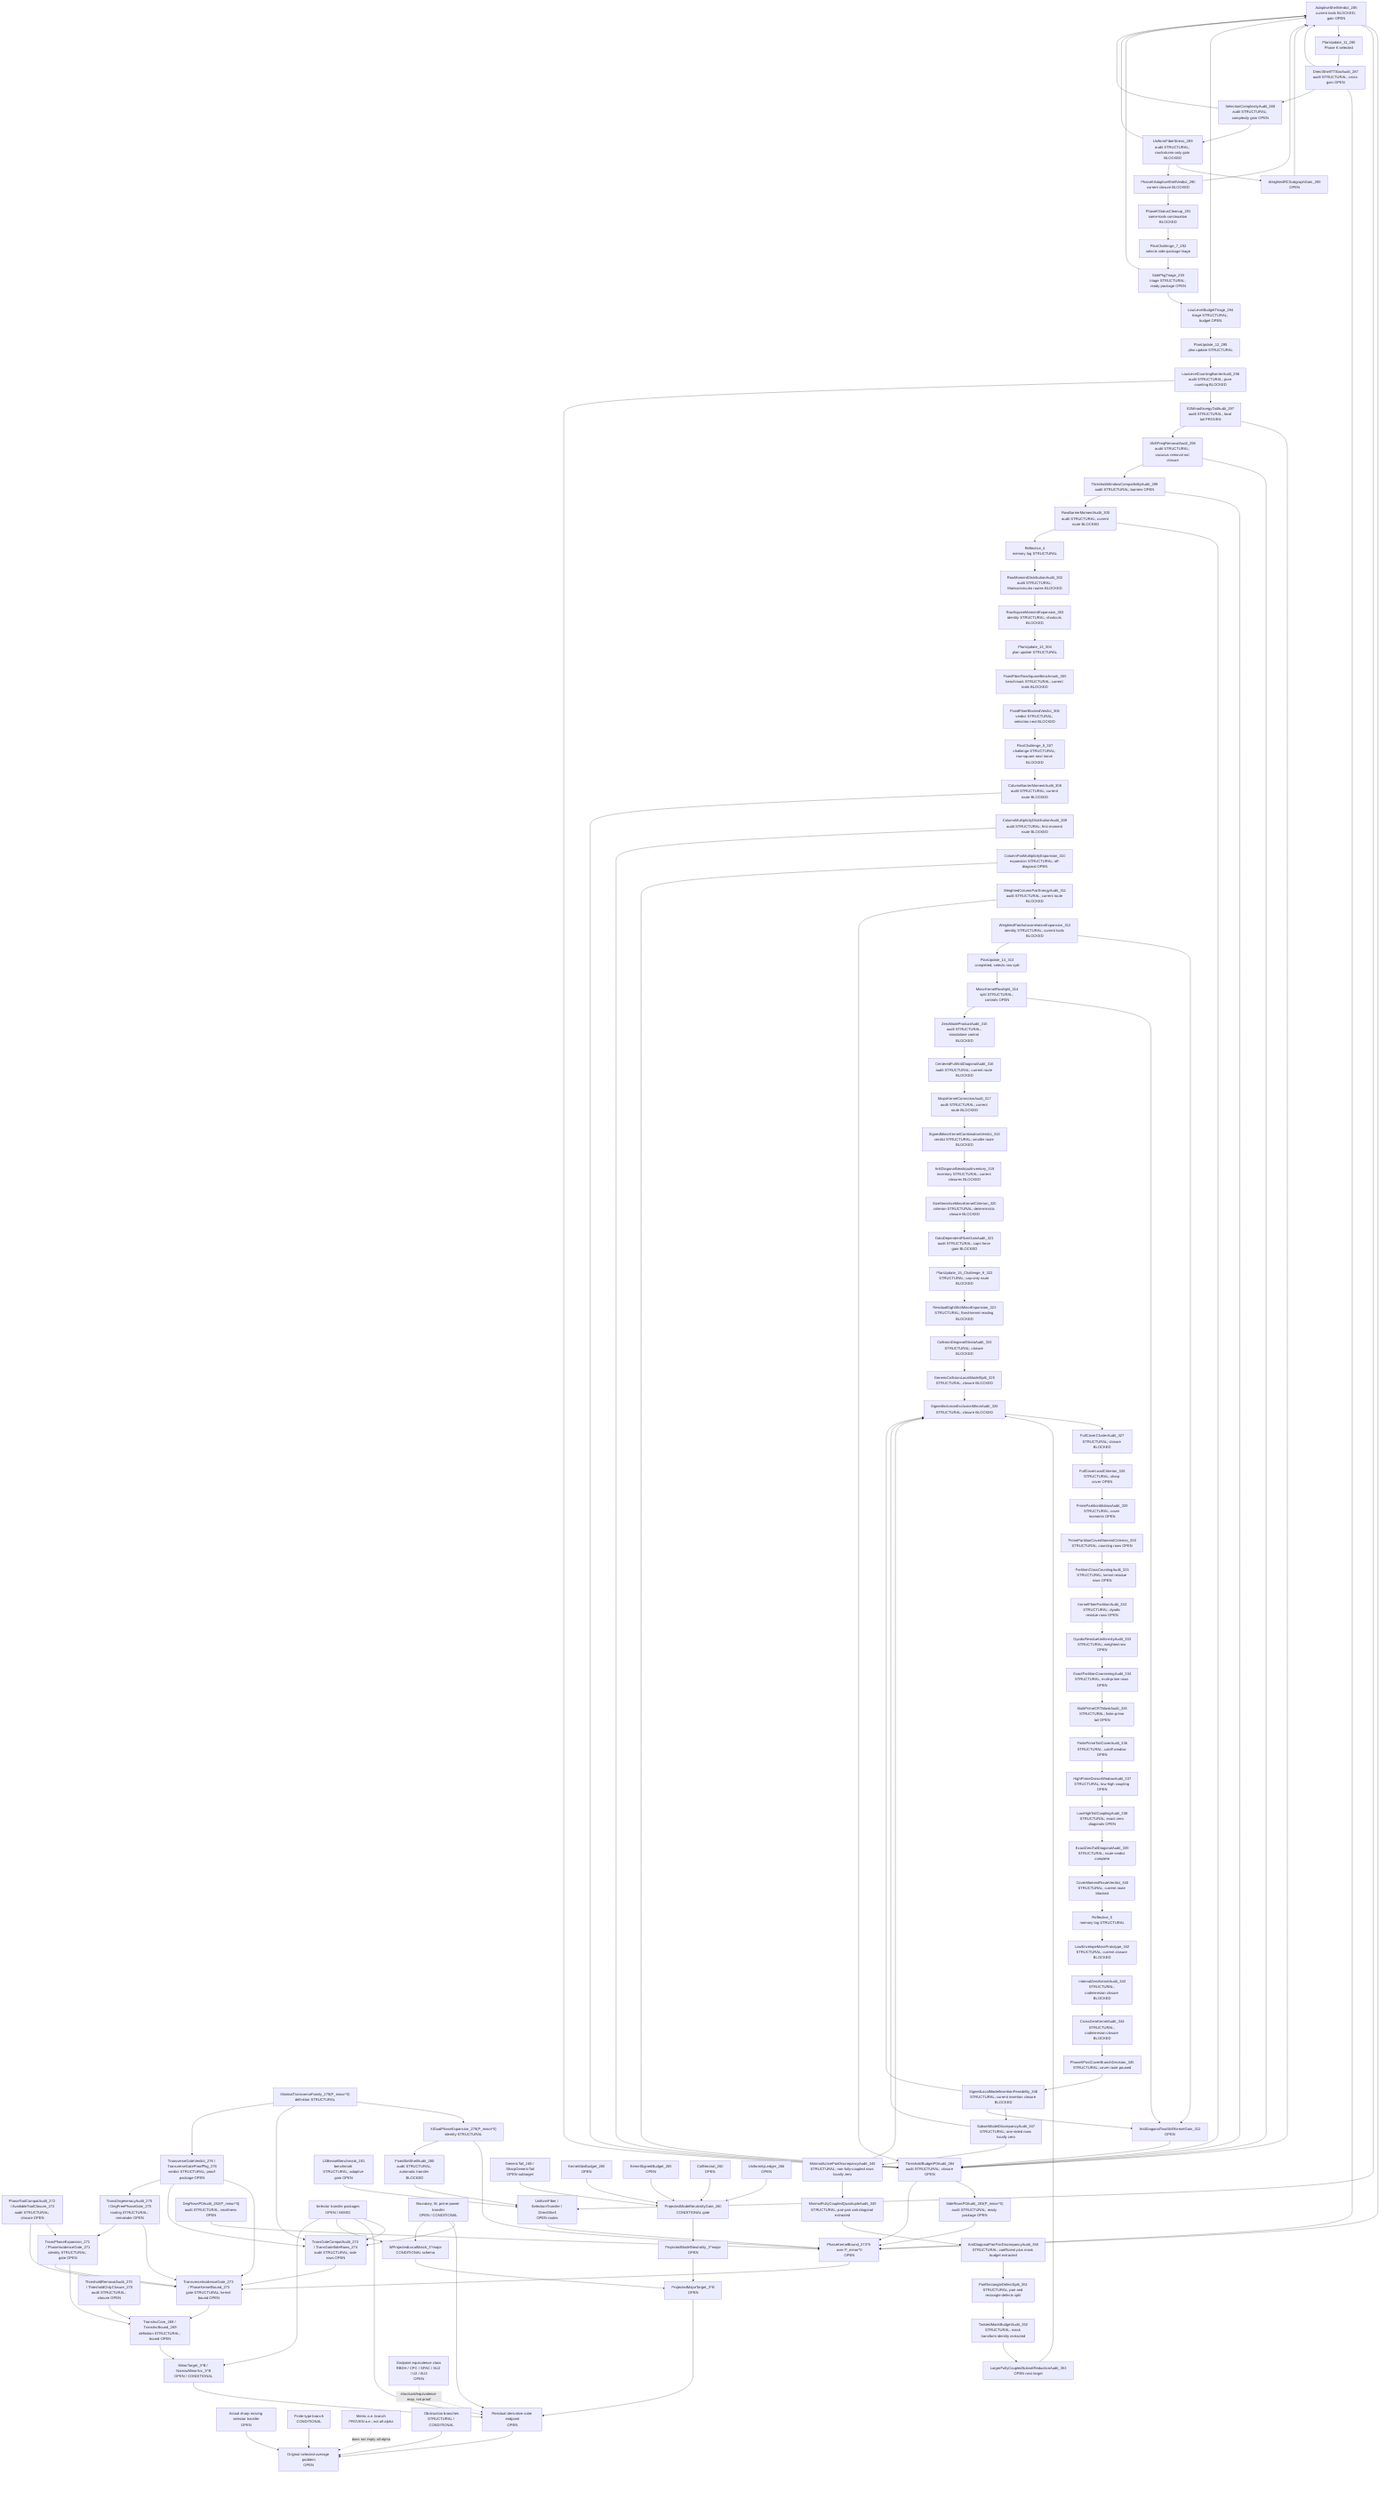
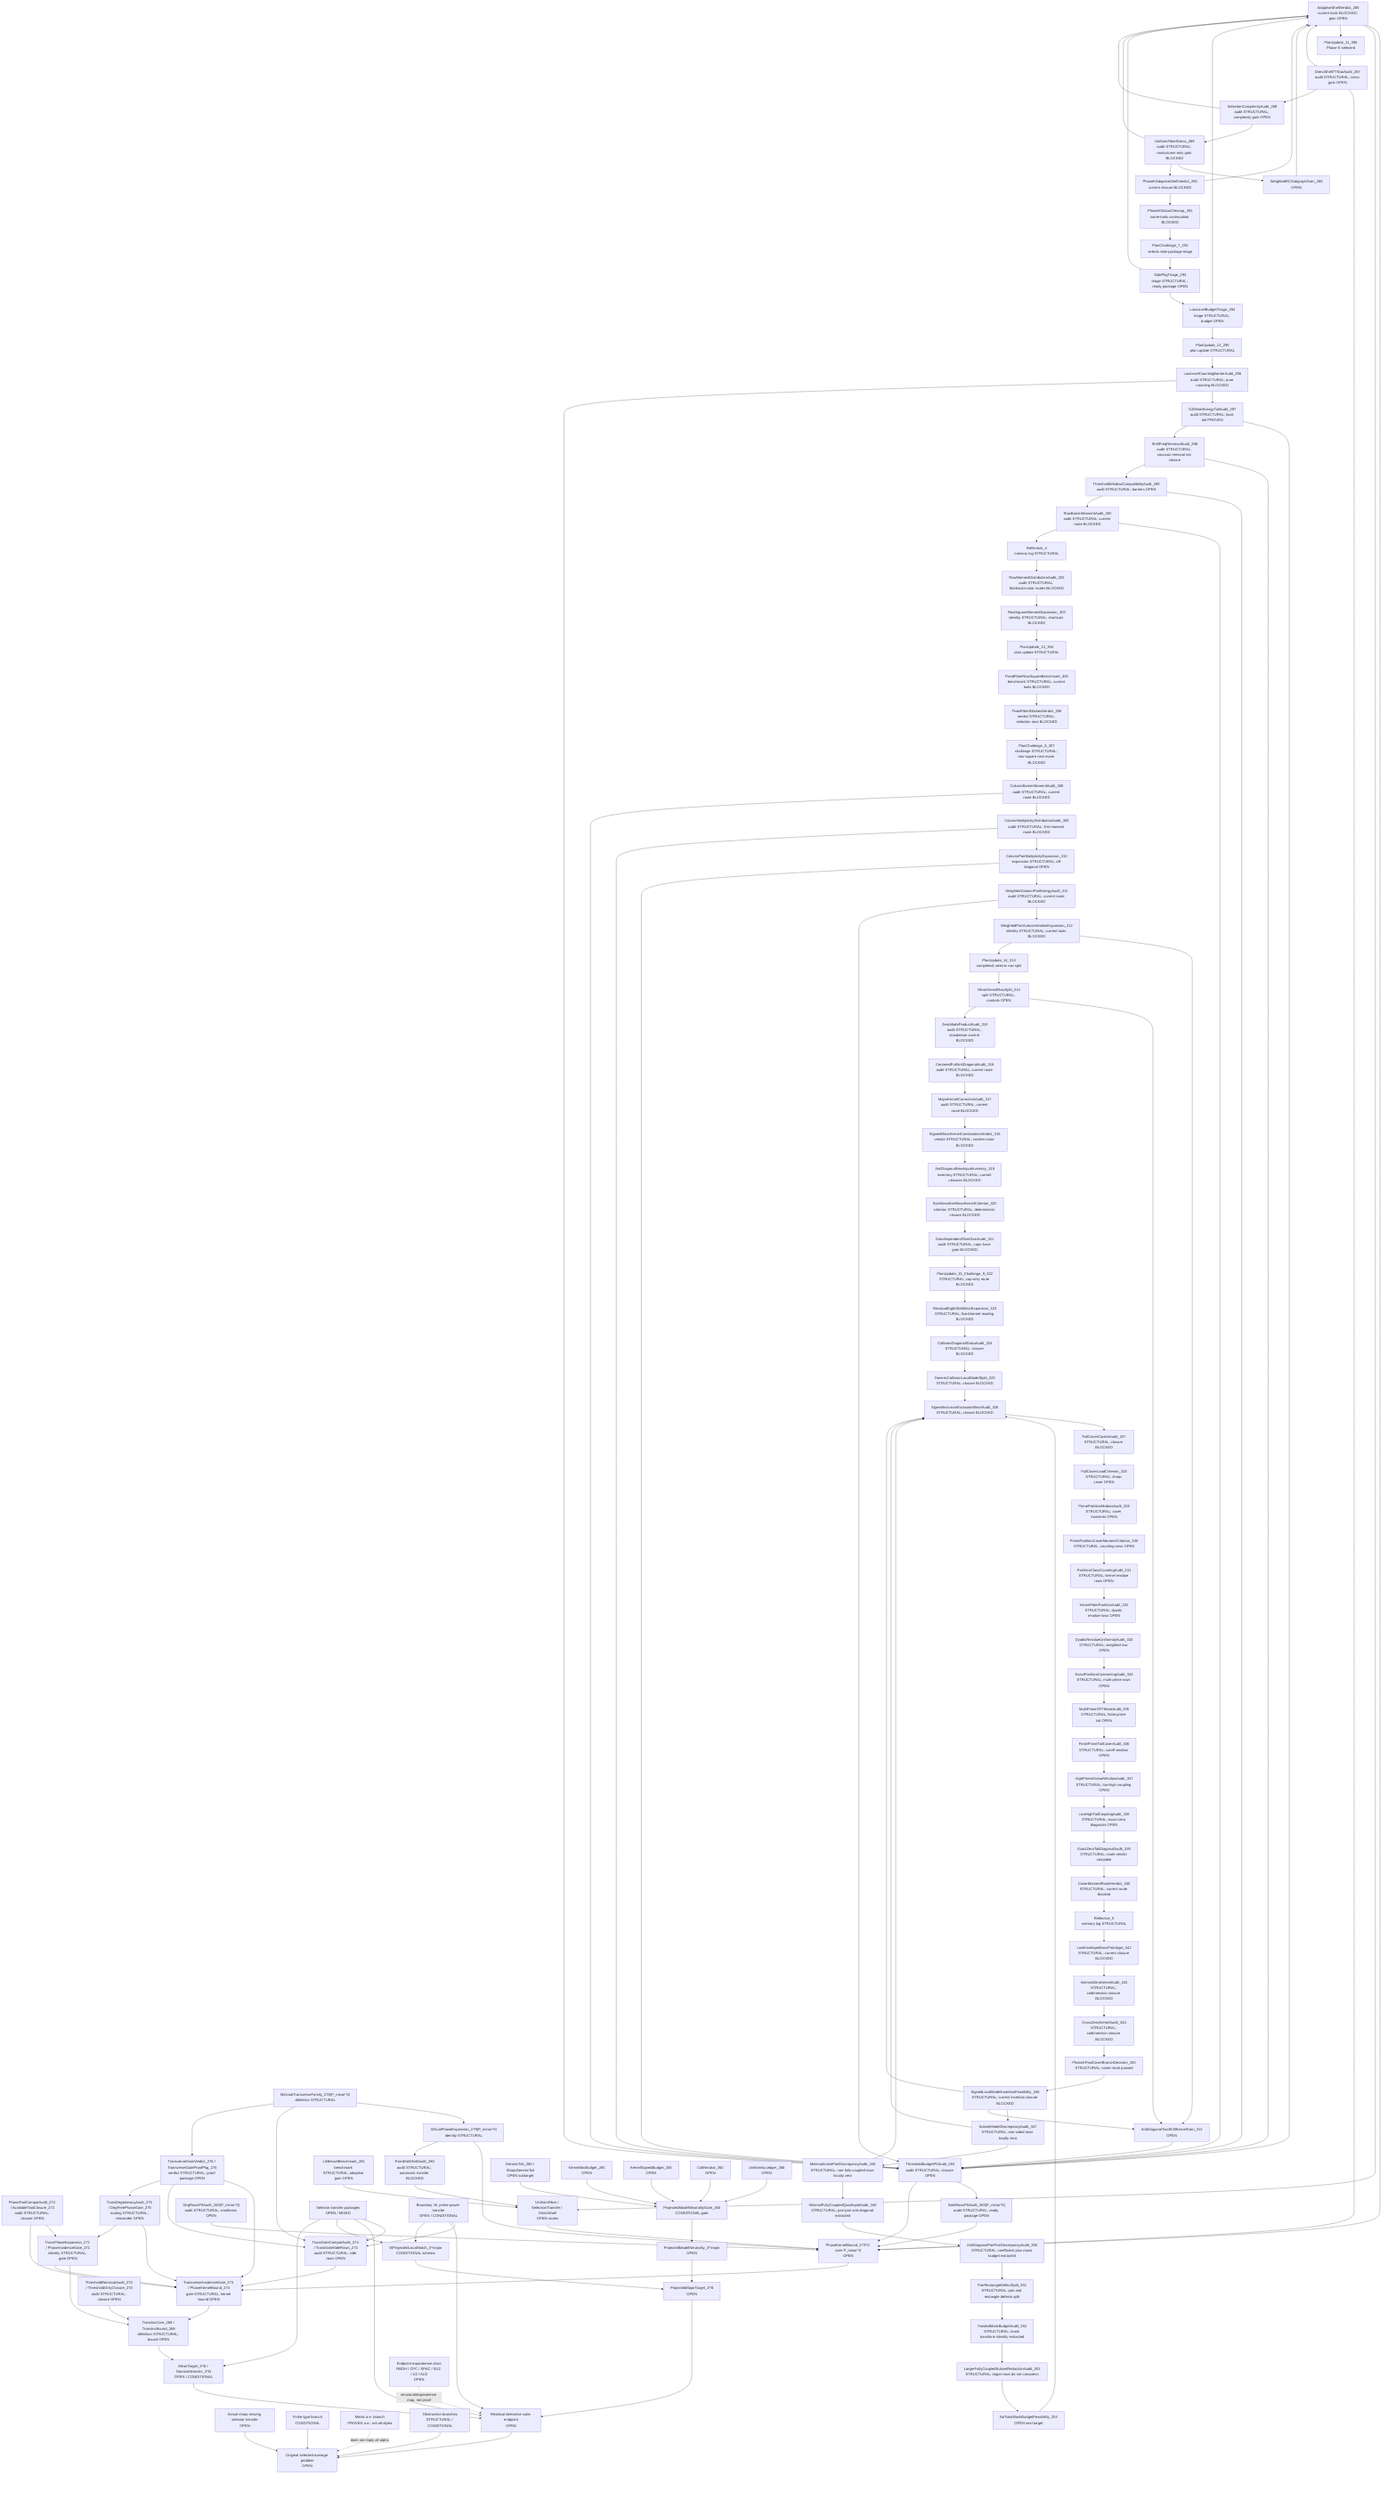
flowchart TD
  Original["Original selected-average problem<br/>OPEN"]
  SharpSel["Actual sharp moving selector transfer<br/>OPEN"]
  FiniteType["Finite-type branch<br/>CONDITIONAL"]
  Metric["Metric a.e. branch<br/>PROVEN a.e.; not all-alpha"]
  Obstruction["Obstruction branches<br/>STRUCTURAL / CONDITIONAL"]

  ResCube["Residual derivative cube endpoint<br/>OPEN"]
  MajorTarget["ProjectedMajorTarget_3^B<br/>OPEN"]
  MinorTarget["MinorTarget_3^B / NarrowMinorArc_3^B<br/>OPEN / CONDITIONAL"]
  TransInc["TransIncCore_269 / TransIncBound_269<br/>definition STRUCTURAL; bound OPEN"]
  ThresholdAudit["ThresholdRemovalAudit_270 / ThresholdOnlyClosure_270<br/>audit STRUCTURAL; closure OPEN"]
  PhaseExpansion["TransPhaseExpansion_271 / PhaseIncidenceGate_271<br/>identity STRUCTURAL; gate OPEN"]
  ToolCompat["PhaseToolCompatAudit_272 / AvailableToolClosure_272<br/>audit STRUCTURAL; closure OPEN"]
  TransGate["TransverseIncidenceGate_273 / PhaseKernelBound_273<br/>gate STRUCTURAL; kernel bound OPEN"]
  TransGateCompat["TransGateCompatAudit_274 / TransGateSideRows_274<br/>audit STRUCTURAL; side rows OPEN"]
  DegAudit["TransDegeneracyAudit_275 / DegFreePhaseGate_275<br/>routing STRUCTURAL; remainder OPEN"]
  TransVerdict["TransverseGateVerdict_276 / TransverseGateProofPkg_276<br/>verdict STRUCTURAL; proof package OPEN"]
  MinTransFamily["MinimalTransverseFamily_278(P_minor^0)<br/>definition STRUCTURAL"]
  XiExpansion["XiDualPhaseExpansion_279(P_minor^0)<br/>identity STRUCTURAL"]
  FixedShellAudit["FixedSetShellAudit_280<br/>audit STRUCTURAL; automatic transfer BLOCKED"]
  FixedShellTransfer["UniformFiber / SelectionTransfer / DirectShell<br/>OPEN routes"]
  LSBesselBench["LSBesselBenchmark_281<br/>benchmark STRUCTURAL; adaptive gain OPEN"]
  DegRowsP0["DegRowsP0Audit_282(P_minor^0)<br/>audit STRUCTURAL; smallness OPEN"]
  SideRowsP0["SideRowsP0Audit_283(P_minor^0)<br/>audit STRUCTURAL; ready package OPEN"]
  ThresholdP0["ThresholdBudgetP0Audit_284<br/>audit STRUCTURAL; closure OPEN"]
  AdaptiveShellP0["AdaptiveShellVerdict_285<br/>current tools BLOCKED; gain OPEN"]
  PlanUpdate11["PlanUpdate_11_286<br/>Phase K selected"]
  DirectTTStar["DirectShellTTStarAudit_287<br/>audit STRUCTURAL; cross gain OPEN"]
  SelectionComplexity["SelectionComplexityAudit_288<br/>audit STRUCTURAL; complexity gain OPEN"]
  UniformFiberStress["UniformFiberStress_289<br/>audit STRUCTURAL; row/column-only gain BLOCKED"]
  WeightedRCSubgraph["WeightedRCSubgraphGain_289<br/>OPEN"]
  AdaptiveVerdict290["PhaseKAdaptiveShellVerdict_290<br/>current closure BLOCKED"]
  PhaseKCleanup291["PhaseKStatusCleanup_291<br/>same-tools continuation BLOCKED"]
  PlanChallenge7["PlanChallenge_7_292<br/>selects side-package triage"]
  SidePkgTriage293["SidePkgTriage_293<br/>triage STRUCTURAL; ready package OPEN"]
  LowLevelTriage294["LowLevelBudgetTriage_294<br/>triage STRUCTURAL; budget OPEN"]
  PlanUpdate12["PlanUpdate_12_295<br/>plan update STRUCTURAL"]
  LowLevelBarrier296["LowLevelCountingBarrierAudit_296<br/>audit STRUCTURAL; pure counting BLOCKED"]
  E2Tail297["E2MinorEnergyTailAudit_297<br/>audit STRUCTURAL; local tail PROVEN"]
  ShiftFreq298["ShiftFreqRemovalAudit_298<br/>audit STRUCTURAL; vacuous removal not closure"]
  ThresholdWindow299["ThresholdWindowCompatibilityAudit_299<br/>audit STRUCTURAL; barriers OPEN"]
  RowBarrier300["RowBarrierMomentAudit_300<br/>audit STRUCTURAL; current route BLOCKED"]
  Reflective4["Reflective_4<br/>memory log STRUCTURAL"]
  RowMoment302["RowMomentDistributionAudit_302<br/>audit STRUCTURAL; Markov/circular routes BLOCKED"]
  RowSquare303["RowSquareMomentExpansion_303<br/>identity STRUCTURAL; shortcuts BLOCKED"]
  PlanUpdate13["PlanUpdate_13_304<br/>plan update STRUCTURAL"]
  FixedFiber305["FixedFiberRowSquareBenchmark_305<br/>benchmark STRUCTURAL; current tools BLOCKED"]
  FixedFiber306["FixedFiberBlockedVerdict_306<br/>verdict STRUCTURAL; selection next BLOCKED"]
  PlanChallenge8["PlanChallenge_8_307<br/>challenge STRUCTURAL; row-square next move BLOCKED"]
  ColumnBarrier308["ColumnBarrierMomentAudit_308<br/>audit STRUCTURAL; current route BLOCKED"]
  ColumnDist309["ColumnMultiplicityDistributionAudit_309<br/>audit STRUCTURAL; first-moment route BLOCKED"]
  ColumnPair310["ColumnPairMultiplicityExpansion_310<br/>expansion STRUCTURAL; off-diagonal OPEN"]
  WPair311["WeightedColumnPairEnergyAudit_311<br/>audit STRUCTURAL; current route BLOCKED"]
  AutoCorr312["WeightedPairAutocorrelationExpansion_312<br/>identity STRUCTURAL; current tools BLOCKED"]
  AntiDiag312["AntiDiagonalTwoShiftKernelGain_312<br/>OPEN"]
  PlanUpdate14["PlanUpdate_14_313<br/>completed; selects row split"]
  MinorKernel314["MinorKernelRowSplit_314<br/>split STRUCTURAL; controls OPEN"]
  ZeroAudit315["ZeroModeProductAudit_315<br/>audit STRUCTURAL; standalone control BLOCKED"]
  CenteredFull316["CenteredFullAntiDiagonalAudit_316<br/>audit STRUCTURAL; current route BLOCKED"]
  MajorCorr317["MajorKernelCorrectionAudit_317<br/>audit STRUCTURAL; current route BLOCKED"]
  SignedVerdict318["SignedMinorKernelCombinationVerdict_318<br/>verdict STRUCTURAL; smaller route BLOCKED"]
  NewInput319["AntiDiagonalNewInputInventory_319<br/>inventory STRUCTURAL; current closures BLOCKED"]
  SizeSensitive320["SizeSensitiveMinorKernelCriterion_320<br/>criterion STRUCTURAL; deterministic closure BLOCKED"]
  FiberGain321["DataDependentFiberGainAudit_321<br/>audit STRUCTURAL; caps force gain BLOCKED"]
  Plan322["PlanUpdate_15_Challenge_9_322<br/>STRUCTURAL; cap-only route BLOCKED"]
  ResidualEight323["ResidualEightSlotMinorExpansion_323<br/>STRUCTURAL; fixed-kernel reading BLOCKED"]
  Collision324["CollisionDiagonalStrataAudit_324<br/>STRUCTURAL; closure BLOCKED"]
  GenericSplit325["GenericCollisionLocalModelSplit_325<br/>STRUCTURAL; closure BLOCKED"]
  SignedIE326["SignedInclusionExclusionMinorAudit_326<br/>STRUCTURAL; closure BLOCKED"]
  FullCover327["FullCoverClusterAudit_327<br/>STRUCTURAL; closure BLOCKED"]
  CoverLoad328["FullCoverLoadCriterion_328<br/>STRUCTURAL; sharp cover OPEN"]
  PrimeMobius329["PrimePartitionMobiusAudit_329<br/>STRUCTURAL; cover moments OPEN"]
  CoverMoment330["PrimePartitionCoverMomentCriterion_330<br/>STRUCTURAL; counting rows OPEN"]
  PartitionCount331["PartitionClassCountingAudit_331<br/>STRUCTURAL; kernel residue rows OPEN"]
  KernelFiber332["KernelFiberPartitionAudit_332<br/>STRUCTURAL; dyadic residue rows OPEN"]
  Dyadic333["DyadicResidueUniformityAudit_333<br/>STRUCTURAL; weighted row OPEN"]
  Coarsening334["ExactPartitionCoarseningAudit_334<br/>STRUCTURAL; multi-prime rows OPEN"]
  CRTMask335["MultiPrimeCRTMaskAudit_335<br/>STRUCTURAL; finite-prime tail OPEN"]
  Tail336["FinitePrimeTailCoverAudit_336<br/>STRUCTURAL; cutoff window OPEN"]
  DivWindow337["HighPrimeDivisorWindowAudit_337<br/>STRUCTURAL; low-high coupling OPEN"]
  LowHigh338["LowHighTailCouplingAudit_338<br/>STRUCTURAL; exact-zero diagonals OPEN"]
  ExactZero339["ExactZeroTailDiagonalAudit_339<br/>STRUCTURAL; route verdict complete"]
  CoverVerdict340["CoverMomentRouteVerdict_340<br/>STRUCTURAL; current route blocked"]
  Reflective5["Reflective_5<br/>memory log STRUCTURAL"]
  LowEnvelope342["LowEnvelopeMassPrototype_342<br/>STRUCTURAL; current closure BLOCKED"]
  InternalZero343["InternalZeroKernelAudit_343<br/>STRUCTURAL; codimension closure BLOCKED"]
  CrossZero344["CrossZeroKernelAudit_344<br/>STRUCTURAL; codimension closure BLOCKED"]
  PhaseDecision345["PhaseKPostCoverBranchDecision_345<br/>STRUCTURAL; cover route paused"]
  SignedInsertion346["SignedLocalModelInsertionFeasibility_346<br/>STRUCTURAL; current insertion closure BLOCKED"]
  SubsetDiscrep347["SubsetModelDiscrepancyAudit_347<br/>STRUCTURAL; one-sided rows locally zero"]
  MinPair348["MinimalActivePairDiscrepancyAudit_348<br/>STRUCTURAL; non-fully-coupled rows locally zero"]
  MinQuad349["MinimalFullyCoupledQuadrupleAudit_349<br/>STRUCTURAL; pair-pair anti-diagonal extracted"]
  PairPair350["AntiDiagonalPairPairDiscrepancyAudit_350<br/>STRUCTURAL; coefficient plus mask budget extracted"]
  DefectSplit351["PairRectangleDefectSplit_351<br/>STRUCTURAL; pair and rectangle defects split"]
  TwistMask352["TwistedMaskBudgetAudit_352<br/>STRUCTURAL; mask transform identity extracted"]
-   LargeSubset353["LargerFullyCoupledSubsetReductionAudit_353<br/>OPEN next target"]
+   LargeSubset353["LargerFullyCoupledSubsetReductionAudit_353<br/>STRUCTURAL; larger rows do not compress"]
+   NoTwist354["NoTwistMaskBudgetFeasibility_354<br/>OPEN next target"]
  PhaseKernel0["PhaseKernelBound_273^0 over P_minor^0<br/>OPEN"]
  SelectorTransfer["Selector transfer packages<br/>OPEN / MIXED"]
  BoundaryTransfer["Boundary, W, prime-power transfer<br/>OPEN / CONDITIONAL"]

  WLocal["WProjectedLocalMatch_3^major<br/>CONDITIONAL schema"]
  ModelNeutral["ProjectedModelNeutrality_3^major<br/>OPEN"]
  PMNGate["ProjectedModelNeutralityGate_260<br/>CONDITIONAL gate"]
  GenericTail["GenericTail_260 / SharpGenericTail<br/>OPEN subtarget"]
  KernelAbs["KernelAbsBudget_265<br/>OPEN"]
  KernelSigned["KernelSignedBudget_265<br/>OPEN"]
  CollNeutral["CollNeutral_260<br/>OPEN"]
  Uniformity["UniformityLedger_266<br/>OPEN"]

  EndpointClass["Endpoint equivalence class<br/>RBDH / CPC / SPAC / SU2 / U2 / AU3<br/>OPEN"]

  SharpSel --> Original
  FiniteType --> Original
  Obstruction --> Original
  ResCube --> Original
  Metric -. "does not imply all-alpha" .-> Original

  MajorTarget --> ResCube
  MinorTarget --> ResCube
  TransInc --> MinorTarget
  ThresholdAudit --> TransInc
  PhaseExpansion --> TransInc
  ToolCompat --> PhaseExpansion
  TransGate --> TransInc
  PhaseExpansion --> TransGate
  ToolCompat --> TransGate
  TransGateCompat --> TransGate
  SelectorTransfer --> TransGateCompat
  BoundaryTransfer --> TransGateCompat
  DegAudit --> TransGate
  DegAudit --> PhaseExpansion
  TransVerdict --> TransGate
  TransVerdict --> TransGateCompat
  TransVerdict --> DegAudit
  PhaseKernel0 --> TransGate
  MinTransFamily --> XiExpansion
  XiExpansion --> PhaseKernel0
  XiExpansion --> FixedShellAudit
  FixedShellAudit --> FixedShellTransfer
  FixedShellTransfer --> PhaseKernel0
  LSBesselBench --> FixedShellTransfer
  DegRowsP0 --> PhaseKernel0
  SideRowsP0 --> PhaseKernel0
  ThresholdP0 --> SideRowsP0
  ThresholdP0 --> PhaseKernel0
  AdaptiveShellP0 --> PhaseKernel0
  AdaptiveShellP0 --> FixedShellTransfer
  AdaptiveShellP0 --> PlanUpdate11
  PlanUpdate11 --> DirectTTStar
  DirectTTStar --> AdaptiveShellP0
  DirectTTStar --> PhaseKernel0
  DirectTTStar --> SelectionComplexity
  SelectionComplexity --> UniformFiberStress
  SelectionComplexity --> AdaptiveShellP0
  UniformFiberStress --> WeightedRCSubgraph
  WeightedRCSubgraph --> AdaptiveShellP0
  UniformFiberStress --> AdaptiveVerdict290
  UniformFiberStress --> AdaptiveShellP0
  AdaptiveVerdict290 --> AdaptiveShellP0
  AdaptiveVerdict290 --> PhaseKCleanup291
  PhaseKCleanup291 --> PlanChallenge7
  PlanChallenge7 --> SidePkgTriage293
  SidePkgTriage293 --> LowLevelTriage294
  SidePkgTriage293 --> AdaptiveShellP0
  LowLevelTriage294 --> AdaptiveShellP0
  LowLevelTriage294 --> PlanUpdate12
  PlanUpdate12 --> LowLevelBarrier296
  LowLevelBarrier296 --> E2Tail297
  LowLevelBarrier296 --> ThresholdP0
  E2Tail297 --> ThresholdP0
  E2Tail297 --> ShiftFreq298
  ShiftFreq298 --> ThresholdP0
  ShiftFreq298 --> ThresholdWindow299
  ThresholdWindow299 --> ThresholdP0
  ThresholdWindow299 --> RowBarrier300
  RowBarrier300 --> ThresholdP0
  RowBarrier300 --> Reflective4
  Reflective4 --> RowMoment302
  RowMoment302 --> RowSquare303
  RowSquare303 --> PlanUpdate13
  PlanUpdate13 --> FixedFiber305
  FixedFiber305 --> FixedFiber306
  FixedFiber306 --> PlanChallenge8
  PlanChallenge8 --> ColumnBarrier308
  ColumnBarrier308 --> ColumnDist309
  ColumnDist309 --> ColumnPair310
  ColumnPair310 --> WPair311
  WPair311 --> AutoCorr312
  AutoCorr312 --> AntiDiag312
  AntiDiag312 --> ThresholdP0
  AutoCorr312 --> PlanUpdate14
  PlanUpdate14 --> MinorKernel314
  MinorKernel314 --> AntiDiag312
  MinorKernel314 --> ZeroAudit315
  ZeroAudit315 --> CenteredFull316
  CenteredFull316 --> MajorCorr317
  MajorCorr317 --> SignedVerdict318
  SignedVerdict318 --> NewInput319
  NewInput319 --> SizeSensitive320
  SizeSensitive320 --> FiberGain321
  FiberGain321 --> Plan322
  Plan322 --> ResidualEight323
  ResidualEight323 --> Collision324
  Collision324 --> GenericSplit325
  GenericSplit325 --> SignedIE326
  SignedIE326 --> FullCover327
  FullCover327 --> CoverLoad328
  CoverLoad328 --> PrimeMobius329
  PrimeMobius329 --> CoverMoment330
  CoverMoment330 --> PartitionCount331
  PartitionCount331 --> KernelFiber332
  KernelFiber332 --> Dyadic333
  Dyadic333 --> Coarsening334
  Coarsening334 --> CRTMask335
  CRTMask335 --> Tail336
  Tail336 --> DivWindow337
  DivWindow337 --> LowHigh338
  LowHigh338 --> ExactZero339
  ExactZero339 --> CoverVerdict340
  CoverVerdict340 --> Reflective5
  Reflective5 --> LowEnvelope342
  LowEnvelope342 --> InternalZero343
  InternalZero343 --> CrossZero344
  CrossZero344 --> PhaseDecision345
  PhaseDecision345 --> SignedInsertion346
  SignedInsertion346 --> SubsetDiscrep347
  SubsetDiscrep347 --> MinPair348
  MinPair348 --> MinQuad349
  MinQuad349 --> PairPair350
  PairPair350 --> DefectSplit351
  DefectSplit351 --> TwistMask352
  TwistMask352 --> LargeSubset353
-   LargeSubset353 --> SignedIE326
+   LargeSubset353 --> NoTwist354
+   NoTwist354 --> SignedIE326
  MinPair348 --> SignedIE326
  SubsetDiscrep347 --> SignedIE326
  SignedInsertion346 --> SignedIE326
  SignedInsertion346 --> AntiDiag312
  WPair311 --> ThresholdP0
  ColumnPair310 --> ThresholdP0
  ColumnDist309 --> ThresholdP0
  ColumnBarrier308 --> ThresholdP0
  MinTransFamily --> TransGateCompat
  MinTransFamily --> TransVerdict
  SelectorTransfer --> ResCube
  BoundaryTransfer --> ResCube
  EndpointClass -. "structural/equivalence map, not proof" .-> ResCube

  WLocal --> MajorTarget
  ModelNeutral --> MajorTarget

  PMNGate --> ModelNeutral
  GenericTail --> PMNGate
  KernelAbs --> PMNGate
  KernelSigned --> PMNGate
  CollNeutral --> PMNGate
  Uniformity --> PMNGate

  BoundaryTransfer --> WLocal
  SelectorTransfer --> WLocal
  SelectorTransfer --> MinorTarget
